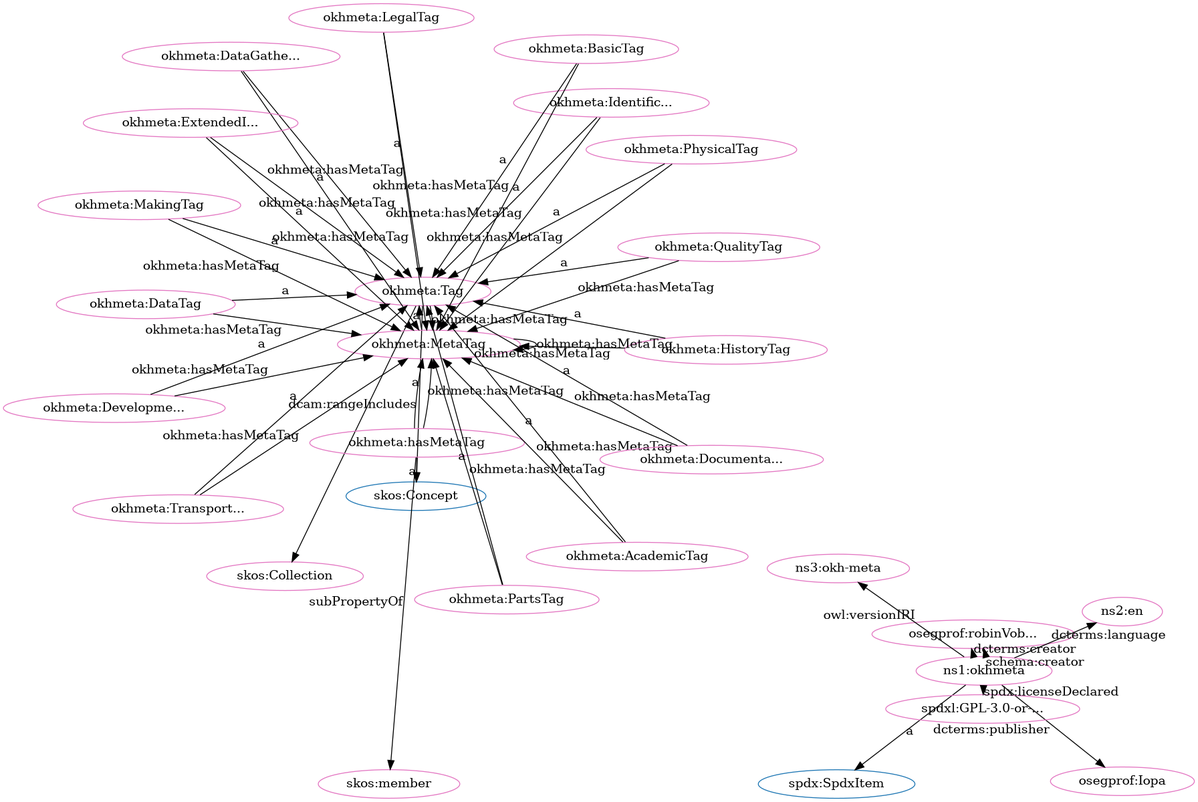
Before: src/spec/dot_okh-meta-clean.png, a diagram exported from Graphviz (iop-alliance/OpenKnowHow). Its source is kept beside it as src/spec/dot_okh-meta-clean.dot.
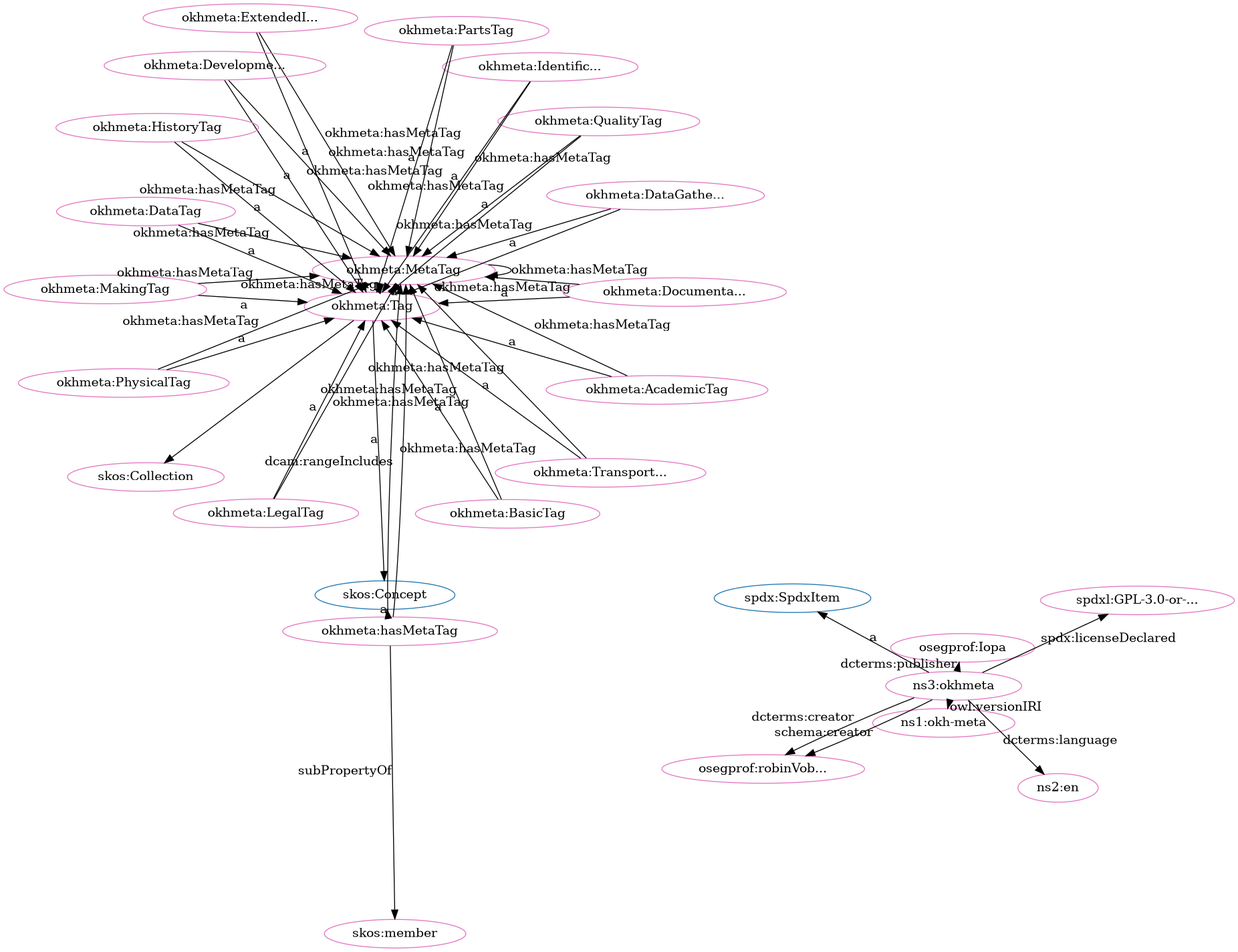
The same diagram one commit later.

What changed in the source:
```diff
@@ -1,80 +1,80 @@
 digraph G {
   rankdir=BT
   node[height=.3]
-"http://www.w3.org/2004/02/skos/core#Concept" [fillcolor="#1f77b4" color="#1f77b4" label="skos:Concept"]
+"http://spdx.org/rdf/terms#SpdxItem" [fillcolor="#1f77b4" color="#1f77b4" label="spdx:SpdxItem"]
 "http://w3id.org/oseg/ont/okhmeta#Tag" [fillcolor="#1f77b4" color="#1f77b4" label="okhmeta:Tag"]
 "http://www.w3.org/2004/02/skos/core#Collection" [fillcolor="#1f77b4" color="#1f77b4" label="skos:Collection"]
-"http://spdx.org/rdf/terms#SpdxItem" [fillcolor="#1f77b4" color="#1f77b4" label="spdx:SpdxItem"]
+"http://www.w3.org/2004/02/skos/core#Concept" [fillcolor="#1f77b4" color="#1f77b4" label="skos:Concept"]
+"http://w3id.org/oseg/ont/okhmeta#MetaTag" [fillcolor="#e377c2" color="#e377c2" label="okhmeta:MetaTag"]
+"http://w3id.org/oseg/ont/okhmeta#ExtendedInfoTag" [fillcolor="#e377c2" color="#e377c2" label="okhmeta:ExtendedI..."]
+"http://w3id.org/oseg/ont/okhmeta#PhysicalTag" [fillcolor="#e377c2" color="#e377c2" label="okhmeta:PhysicalTag"]
+"http://w3id.org/oseg/ont/okhmeta#DataTag" [fillcolor="#e377c2" color="#e377c2" label="okhmeta:DataTag"]
+"http://w3id.org/oseg/ont/okhmeta#DocumentationTag" [fillcolor="#e377c2" color="#e377c2" label="okhmeta:Documenta..."]
+"http://spdx.org/licenses/GPL-3.0-or-later" [fillcolor="#e377c2" color="#e377c2" label="spdxl:GPL-3.0-or-..."]
+"http://w3id.org/oseg/ont/okhmeta#hasMetaTag" [fillcolor="#e377c2" color="#e377c2" label="okhmeta:hasMetaTag"]
+"http://w3id.org/oseg/ont/okhmeta#BasicTag" [fillcolor="#e377c2" color="#e377c2" label="okhmeta:BasicTag"]
+"http://w3id.org/oseg/ont/okhmeta#LegalTag" [fillcolor="#e377c2" color="#e377c2" label="okhmeta:LegalTag"]
+"http://w3id.org/oseg/ont/1.1.0/okh-meta" [fillcolor="#e377c2" color="#e377c2" label="ns1:okh-meta"]
+"http://w3id.org/oseg/ont/okhmeta#DevelopmentTag" [fillcolor="#e377c2" color="#e377c2" label="okhmeta:Developme..."]
+"http://w3id.org/oseg/ont/okhmeta#QualityTag" [fillcolor="#e377c2" color="#e377c2" label="okhmeta:QualityTag"]
+"http://w3id.org/oseg/ont/oseg-profiles#Iopa" [fillcolor="#e377c2" color="#e377c2" label="osegprof:Iopa"]
+"http://w3id.org/oseg/ont/okhmeta#DataGatheringTag" [fillcolor="#e377c2" color="#e377c2" label="okhmeta:DataGathe..."]
+"http://id.loc.gov/vocabulary/iso639-1/en" [fillcolor="#e377c2" color="#e377c2" label="ns2:en"]
+"http://w3id.org/oseg/ont/okhmeta" [fillcolor="#e377c2" color="#e377c2" label="ns3:okhmeta"]
+"http://w3id.org/oseg/ont/okhmeta#IdentificationTag" [fillcolor="#e377c2" color="#e377c2" label="okhmeta:Identific..."]
+"http://w3id.org/oseg/ont/okhmeta#TransportationTag" [fillcolor="#e377c2" color="#e377c2" label="okhmeta:Transport..."]
+"http://w3id.org/oseg/ont/okhmeta#Tag" [fillcolor="#e377c2" color="#e377c2" label="okhmeta:Tag"]
+"http://w3id.org/oseg/ont/oseg-profiles#robinVobruba" [fillcolor="#e377c2" color="#e377c2" label="osegprof:robinVob..."]
+"http://w3id.org/oseg/ont/okhmeta#AcademicTag" [fillcolor="#e377c2" color="#e377c2" label="okhmeta:AcademicTag"]
+"http://www.w3.org/2004/02/skos/core#member" [fillcolor="#e377c2" color="#e377c2" label="skos:member"]
+"http://w3id.org/oseg/ont/okhmeta#MakingTag" [fillcolor="#e377c2" color="#e377c2" label="okhmeta:MakingTag"]
+"http://www.w3.org/2004/02/skos/core#Collection" [fillcolor="#e377c2" color="#e377c2" label="skos:Collection"]
+"http://w3id.org/oseg/ont/okhmeta#PartsTag" [fillcolor="#e377c2" color="#e377c2" label="okhmeta:PartsTag"]
 "http://w3id.org/oseg/ont/okhmeta#HistoryTag" [fillcolor="#e377c2" color="#e377c2" label="okhmeta:HistoryTag"]
-"http://w3id.org/oseg/ont/okhmeta" [fillcolor="#e377c2" color="#e377c2" label="ns1:okhmeta"]
-"http://w3id.org/oseg/ont/okhmeta#IdentificationTag" [fillcolor="#e377c2" color="#e377c2" label="okhmeta:Identific..."]
-"http://w3id.org/oseg/ont/okhmeta#MetaTag" [fillcolor="#e377c2" color="#e377c2" label="okhmeta:MetaTag"]
-"http://w3id.org/oseg/ont/oseg-profiles#Iopa" [fillcolor="#e377c2" color="#e377c2" label="osegprof:Iopa"]
-"http://w3id.org/oseg/ont/okhmeta#hasMetaTag" [fillcolor="#e377c2" color="#e377c2" label="okhmeta:hasMetaTag"]
-"http://w3id.org/oseg/ont/okhmeta#PartsTag" [fillcolor="#e377c2" color="#e377c2" label="okhmeta:PartsTag"]
-"http://w3id.org/oseg/ont/okhmeta#BasicTag" [fillcolor="#e377c2" color="#e377c2" label="okhmeta:BasicTag"]
-"http://w3id.org/oseg/ont/okhmeta#DevelopmentTag" [fillcolor="#e377c2" color="#e377c2" label="okhmeta:Developme..."]
-"http://w3id.org/oseg/ont/okhmeta#AcademicTag" [fillcolor="#e377c2" color="#e377c2" label="okhmeta:AcademicTag"]
-"http://w3id.org/oseg/ont/oseg-profiles#robinVobruba" [fillcolor="#e377c2" color="#e377c2" label="osegprof:robinVob..."]
-"http://w3id.org/oseg/ont/okhmeta#Tag" [fillcolor="#e377c2" color="#e377c2" label="okhmeta:Tag"]
-"http://id.loc.gov/vocabulary/iso639-1/en" [fillcolor="#e377c2" color="#e377c2" label="ns2:en"]
-"http://www.w3.org/2004/02/skos/core#member" [fillcolor="#e377c2" color="#e377c2" label="skos:member"]
-"http://w3id.org/oseg/ont/okhmeta#QualityTag" [fillcolor="#e377c2" color="#e377c2" label="okhmeta:QualityTag"]
-"http://w3id.org/oseg/ont/okhmeta#MakingTag" [fillcolor="#e377c2" color="#e377c2" label="okhmeta:MakingTag"]
-"http://w3id.org/oseg/ont/okhmeta#PhysicalTag" [fillcolor="#e377c2" color="#e377c2" label="okhmeta:PhysicalTag"]
-"http://w3id.org/oseg/ont/okhmeta#TransportationTag" [fillcolor="#e377c2" color="#e377c2" label="okhmeta:Transport..."]
-"http://w3id.org/oseg/ont/1.1.0/okh-meta" [fillcolor="#e377c2" color="#e377c2" label="ns3:okh-meta"]
-"http://w3id.org/oseg/ont/okhmeta#DocumentationTag" [fillcolor="#e377c2" color="#e377c2" label="okhmeta:Documenta..."]
-"http://w3id.org/oseg/ont/okhmeta#LegalTag" [fillcolor="#e377c2" color="#e377c2" label="okhmeta:LegalTag"]
-"http://w3id.org/oseg/ont/okhmeta#DataTag" [fillcolor="#e377c2" color="#e377c2" label="okhmeta:DataTag"]
-"http://w3id.org/oseg/ont/okhmeta#DataGatheringTag" [fillcolor="#e377c2" color="#e377c2" label="okhmeta:DataGathe..."]
-"http://w3id.org/oseg/ont/okhmeta#ExtendedInfoTag" [fillcolor="#e377c2" color="#e377c2" label="okhmeta:ExtendedI..."]
-"http://spdx.org/licenses/GPL-3.0-or-later" [fillcolor="#e377c2" color="#e377c2" label="spdxl:GPL-3.0-or-..."]
-"http://www.w3.org/2004/02/skos/core#Collection" [fillcolor="#e377c2" color="#e377c2" label="skos:Collection"]
+  "http://w3id.org/oseg/ont/okhmeta#PhysicalTag" -> "http://w3id.org/oseg/ont/okhmeta#Tag" [label="a"]
+  "http://w3id.org/oseg/ont/okhmeta#hasMetaTag" -> "http://w3id.org/oseg/ont/okhmeta#MetaTag" [label="dcam:rangeIncludes"]
+  "http://w3id.org/oseg/ont/okhmeta#hasMetaTag" -> "http://w3id.org/oseg/ont/okhmeta#MetaTag" [label="okhmeta:hasMetaTag"]
+  "http://w3id.org/oseg/ont/okhmeta#LegalTag" -> "http://w3id.org/oseg/ont/okhmeta#Tag" [label="a"]
+  "http://w3id.org/oseg/ont/okhmeta#MakingTag" -> "http://w3id.org/oseg/ont/okhmeta#MetaTag" [label="okhmeta:hasMetaTag"]
+  "http://w3id.org/oseg/ont/okhmeta" -> "http://w3id.org/oseg/ont/1.1.0/okh-meta" [label="owl:versionIRI"]
+  "http://w3id.org/oseg/ont/okhmeta#QualityTag" -> "http://w3id.org/oseg/ont/okhmeta#Tag" [label="a"]
+  "http://w3id.org/oseg/ont/okhmeta#DataGatheringTag" -> "http://w3id.org/oseg/ont/okhmeta#Tag" [label="a"]
+  "http://w3id.org/oseg/ont/okhmeta#LegalTag" -> "http://w3id.org/oseg/ont/okhmeta#MetaTag" [label="okhmeta:hasMetaTag"]
+  "http://w3id.org/oseg/ont/okhmeta#IdentificationTag" -> "http://w3id.org/oseg/ont/okhmeta#Tag" [label="a"]
+  "http://w3id.org/oseg/ont/okhmeta#TransportationTag" -> "http://w3id.org/oseg/ont/okhmeta#Tag" [label="a"]
+  "http://w3id.org/oseg/ont/okhmeta#QualityTag" -> "http://w3id.org/oseg/ont/okhmeta#MetaTag" [label="okhmeta:hasMetaTag"]
+  "http://w3id.org/oseg/ont/okhmeta#DevelopmentTag" -> "http://w3id.org/oseg/ont/okhmeta#MetaTag" [label="okhmeta:hasMetaTag"]
+  "http://w3id.org/oseg/ont/okhmeta" -> "http://w3id.org/oseg/ont/oseg-profiles#robinVobruba" [label="schema:creator"]
+  "http://w3id.org/oseg/ont/okhmeta#DataGatheringTag" -> "http://w3id.org/oseg/ont/okhmeta#MetaTag" [label="okhmeta:hasMetaTag"]
+  "http://w3id.org/oseg/ont/okhmeta#AcademicTag" -> "http://w3id.org/oseg/ont/okhmeta#Tag" [label="a"]
+  "http://w3id.org/oseg/ont/okhmeta#PhysicalTag" -> "http://w3id.org/oseg/ont/okhmeta#MetaTag" [label="okhmeta:hasMetaTag"]
+  "http://w3id.org/oseg/ont/okhmeta" -> "http://w3id.org/oseg/ont/oseg-profiles#robinVobruba" [label="dcterms:creator"]
+  "http://w3id.org/oseg/ont/okhmeta#Tag" -> "http://www.w3.org/2004/02/skos/core#Collection" [label=""]
+  "http://w3id.org/oseg/ont/okhmeta#PartsTag" -> "http://w3id.org/oseg/ont/okhmeta#Tag" [label="a"]
+  "http://w3id.org/oseg/ont/okhmeta#Tag" -> "http://w3id.org/oseg/ont/okhmeta#MetaTag" [label="okhmeta:hasMetaTag"]
   "http://w3id.org/oseg/ont/okhmeta#HistoryTag" -> "http://w3id.org/oseg/ont/okhmeta#Tag" [label="a"]
-  "http://w3id.org/oseg/ont/okhmeta#IdentificationTag" -> "http://w3id.org/oseg/ont/okhmeta#Tag" [label="a"]
-  "http://w3id.org/oseg/ont/okhmeta" -> "http://w3id.org/oseg/ont/oseg-profiles#Iopa" [label="dcterms:publisher"]
-  "http://w3id.org/oseg/ont/okhmeta#hasMetaTag" -> "http://www.w3.org/2004/02/skos/core#Concept" [label="a"]
-  "http://w3id.org/oseg/ont/okhmeta#Tag" -> "http://w3id.org/oseg/ont/okhmeta#MetaTag" [label="okhmeta:hasMetaTag"]
-  "http://w3id.org/oseg/ont/okhmeta#PartsTag" -> "http://w3id.org/oseg/ont/okhmeta#MetaTag" [label="okhmeta:hasMetaTag"]
-  "http://w3id.org/oseg/ont/okhmeta#BasicTag" -> "http://w3id.org/oseg/ont/okhmeta#MetaTag" [label="okhmeta:hasMetaTag"]
-  "http://w3id.org/oseg/ont/okhmeta#hasMetaTag" -> "http://w3id.org/oseg/ont/okhmeta#MetaTag" [label="dcam:rangeIncludes"]
-  "http://w3id.org/oseg/ont/okhmeta" -> "http://id.loc.gov/vocabulary/iso639-1/en" [label="dcterms:language"]
-  "http://w3id.org/oseg/ont/okhmeta#QualityTag" -> "http://w3id.org/oseg/ont/okhmeta#Tag" [label="a"]
-  "http://w3id.org/oseg/ont/okhmeta#PhysicalTag" -> "http://w3id.org/oseg/ont/okhmeta#MetaTag" [label="okhmeta:hasMetaTag"]
-  "http://w3id.org/oseg/ont/okhmeta#MakingTag" -> "http://w3id.org/oseg/ont/okhmeta#MetaTag" [label="okhmeta:hasMetaTag"]
+  "http://w3id.org/oseg/ont/okhmeta#IdentificationTag" -> "http://w3id.org/oseg/ont/okhmeta#MetaTag" [label="okhmeta:hasMetaTag"]
+  "http://w3id.org/oseg/ont/okhmeta#ExtendedInfoTag" -> "http://w3id.org/oseg/ont/okhmeta#Tag" [label="a"]
+  "http://w3id.org/oseg/ont/okhmeta#DataTag" -> "http://w3id.org/oseg/ont/okhmeta#Tag" [label="a"]
   "http://w3id.org/oseg/ont/okhmeta#DocumentationTag" -> "http://w3id.org/oseg/ont/okhmeta#Tag" [label="a"]
-  "http://w3id.org/oseg/ont/okhmeta#LegalTag" -> "http://w3id.org/oseg/ont/okhmeta#Tag" [label="a"]
   "http://w3id.org/oseg/ont/okhmeta#TransportationTag" -> "http://w3id.org/oseg/ont/okhmeta#MetaTag" [label="okhmeta:hasMetaTag"]
-  "http://w3id.org/oseg/ont/okhmeta#hasMetaTag" -> "http://w3id.org/oseg/ont/okhmeta#MetaTag" [label="okhmeta:hasMetaTag"]
-  "http://w3id.org/oseg/ont/okhmeta#DataGatheringTag" -> "http://w3id.org/oseg/ont/okhmeta#Tag" [label="a"]
-  "http://w3id.org/oseg/ont/okhmeta#DataTag" -> "http://w3id.org/oseg/ont/okhmeta#MetaTag" [label="okhmeta:hasMetaTag"]
-  "http://w3id.org/oseg/ont/okhmeta#ExtendedInfoTag" -> "http://w3id.org/oseg/ont/okhmeta#Tag" [label="a"]
+  "http://w3id.org/oseg/ont/okhmeta#AcademicTag" -> "http://w3id.org/oseg/ont/okhmeta#MetaTag" [label="okhmeta:hasMetaTag"]
   "http://w3id.org/oseg/ont/okhmeta" -> "http://spdx.org/licenses/GPL-3.0-or-later" [label="spdx:licenseDeclared"]
-  "http://w3id.org/oseg/ont/okhmeta#QualityTag" -> "http://w3id.org/oseg/ont/okhmeta#MetaTag" [label="okhmeta:hasMetaTag"]
-  "http://w3id.org/oseg/ont/okhmeta#Tag" -> "http://www.w3.org/2004/02/skos/core#Collection" [label=""]
-  "http://w3id.org/oseg/ont/okhmeta" -> "http://spdx.org/rdf/terms#SpdxItem" [label="a"]
-  "http://w3id.org/oseg/ont/okhmeta#HistoryTag" -> "http://w3id.org/oseg/ont/okhmeta#MetaTag" [label="okhmeta:hasMetaTag"]
-  "http://w3id.org/oseg/ont/okhmeta#IdentificationTag" -> "http://w3id.org/oseg/ont/okhmeta#MetaTag" [label="okhmeta:hasMetaTag"]
-  "http://w3id.org/oseg/ont/okhmeta#PartsTag" -> "http://w3id.org/oseg/ont/okhmeta#Tag" [label="a"]
   "http://w3id.org/oseg/ont/okhmeta#BasicTag" -> "http://w3id.org/oseg/ont/okhmeta#Tag" [label="a"]
   "http://w3id.org/oseg/ont/okhmeta#DevelopmentTag" -> "http://w3id.org/oseg/ont/okhmeta#Tag" [label="a"]
-  "http://w3id.org/oseg/ont/okhmeta#AcademicTag" -> "http://w3id.org/oseg/ont/okhmeta#Tag" [label="a"]
-  "http://w3id.org/oseg/ont/okhmeta" -> "http://w3id.org/oseg/ont/oseg-profiles#robinVobruba" [label="dcterms:creator"]
+  "http://w3id.org/oseg/ont/okhmeta#PartsTag" -> "http://w3id.org/oseg/ont/okhmeta#MetaTag" [label="okhmeta:hasMetaTag"]
+  "http://w3id.org/oseg/ont/okhmeta" -> "http://w3id.org/oseg/ont/oseg-profiles#Iopa" [label="dcterms:publisher"]
+  "http://w3id.org/oseg/ont/okhmeta#MetaTag" -> "http://w3id.org/oseg/ont/okhmeta#Tag" [label="a"]
+  "http://w3id.org/oseg/ont/okhmeta#ExtendedInfoTag" -> "http://w3id.org/oseg/ont/okhmeta#MetaTag" [label="okhmeta:hasMetaTag"]
+  "http://w3id.org/oseg/ont/okhmeta#DocumentationTag" -> "http://w3id.org/oseg/ont/okhmeta#MetaTag" [label="okhmeta:hasMetaTag"]
+  "http://w3id.org/oseg/ont/okhmeta" -> "http://id.loc.gov/vocabulary/iso639-1/en" [label="dcterms:language"]
+  "http://w3id.org/oseg/ont/okhmeta#BasicTag" -> "http://w3id.org/oseg/ont/okhmeta#MetaTag" [label="okhmeta:hasMetaTag"]
   "http://w3id.org/oseg/ont/okhmeta#Tag" -> "http://www.w3.org/2004/02/skos/core#Concept" [label="a"]
+  "http://w3id.org/oseg/ont/okhmeta#MetaTag" -> "http://w3id.org/oseg/ont/okhmeta#MetaTag" [label="okhmeta:hasMetaTag"]
+  "http://w3id.org/oseg/ont/okhmeta" -> "http://spdx.org/rdf/terms#SpdxItem" [label="a"]
+  "http://w3id.org/oseg/ont/okhmeta#hasMetaTag" -> "http://www.w3.org/2004/02/skos/core#Concept" [label="a"]
   "http://w3id.org/oseg/ont/okhmeta#hasMetaTag" -> "http://www.w3.org/2004/02/skos/core#member" [label="subPropertyOf"]
-  "http://w3id.org/oseg/ont/okhmeta#ExtendedInfoTag" -> "http://w3id.org/oseg/ont/okhmeta#MetaTag" [label="okhmeta:hasMetaTag"]
+  "http://w3id.org/oseg/ont/okhmeta#HistoryTag" -> "http://w3id.org/oseg/ont/okhmeta#MetaTag" [label="okhmeta:hasMetaTag"]
   "http://w3id.org/oseg/ont/okhmeta#MakingTag" -> "http://w3id.org/oseg/ont/okhmeta#Tag" [label="a"]
-  "http://w3id.org/oseg/ont/okhmeta#PhysicalTag" -> "http://w3id.org/oseg/ont/okhmeta#Tag" [label="a"]
-  "http://w3id.org/oseg/ont/okhmeta" -> "http://w3id.org/oseg/ont/oseg-profiles#robinVobruba" [label="schema:creator"]
-  "http://w3id.org/oseg/ont/okhmeta#AcademicTag" -> "http://w3id.org/oseg/ont/okhmeta#MetaTag" [label="okhmeta:hasMetaTag"]
-  "http://w3id.org/oseg/ont/okhmeta#TransportationTag" -> "http://w3id.org/oseg/ont/okhmeta#Tag" [label="a"]
-  "http://w3id.org/oseg/ont/okhmeta#MetaTag" -> "http://w3id.org/oseg/ont/okhmeta#Tag" [label="a"]
-  "http://w3id.org/oseg/ont/okhmeta" -> "http://w3id.org/oseg/ont/1.1.0/okh-meta" [label="owl:versionIRI"]
-  "http://w3id.org/oseg/ont/okhmeta#DataTag" -> "http://w3id.org/oseg/ont/okhmeta#Tag" [label="a"]
-  "http://w3id.org/oseg/ont/okhmeta#MetaTag" -> "http://w3id.org/oseg/ont/okhmeta#MetaTag" [label="okhmeta:hasMetaTag"]
-  "http://w3id.org/oseg/ont/okhmeta#DocumentationTag" -> "http://w3id.org/oseg/ont/okhmeta#MetaTag" [label="okhmeta:hasMetaTag"]
-  "http://w3id.org/oseg/ont/okhmeta#DevelopmentTag" -> "http://w3id.org/oseg/ont/okhmeta#MetaTag" [label="okhmeta:hasMetaTag"]
-  "http://w3id.org/oseg/ont/okhmeta#LegalTag" -> "http://w3id.org/oseg/ont/okhmeta#MetaTag" [label="okhmeta:hasMetaTag"]
-  "http://w3id.org/oseg/ont/okhmeta#DataGatheringTag" -> "http://w3id.org/oseg/ont/okhmeta#MetaTag" [label="okhmeta:hasMetaTag"]
+  "http://w3id.org/oseg/ont/okhmeta#DataTag" -> "http://w3id.org/oseg/ont/okhmeta#MetaTag" [label="okhmeta:hasMetaTag"]
 }
```
